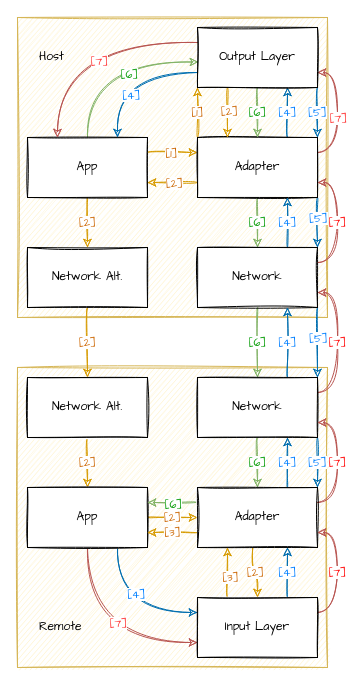
Above: protocol.drawio in loreanvictor/observables-over-boundary (draw.io), before the change. Source tidied: cells renumbered, new cells numbered last; positions are measured from the earlier drawing's top-left corner, leaving out a move shared by most shapes. Both pictures are drawn from the tidied source at 100%, with x=0, y=0 at pixel (17, 17).
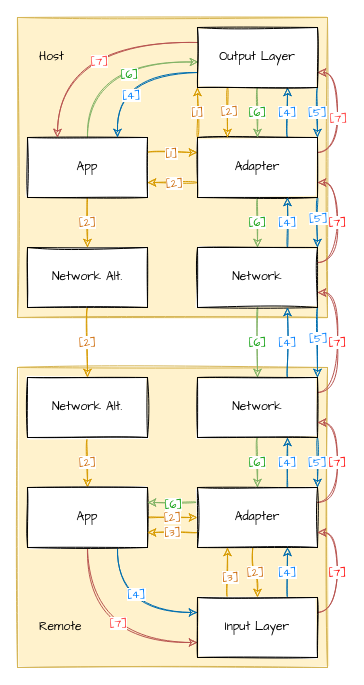
Above is the later version.

The change refers to these unchanged cells:
```xml
<mxCell id="18" style="edgeStyle=orthogonalEdgeStyle;jettySize=auto;html=1;exitX=1;exitY=0.25;exitDx=0;exitDy=0;entryX=1;entryY=0.75;entryDx=0;entryDy=0;curved=1;sketch=1;fontFamily=Comic Sans MS;fillColor=#f8cecc;strokeColor=#b85450;fontColor=#FF0000;" parent="1" edge="1" source="20" target="29">
  <mxGeometry relative="1" as="geometry" />
</mxCell>
```

Diff of the diagram source:
```diff
@@
-    <mxCell id="2" style="whiteSpace=wrap;html=1;sketch=1;fillColor=#fff2cc;strokeColor=#d6b656;fontFamily=Comic Sans MS;" parent="1" vertex="1">
+    <mxCell id="2" style="whiteSpace=wrap;html=1;sketch=1;fillColor=#fff2cc;strokeColor=#d6b656;fontFamily=Comic Sans MS;fillStyle=solid;" parent="1" vertex="1">
       <mxGeometry y="350" width="310" height="300" as="geometry" />
     </mxCell>
-    <mxCell id="3" style="whiteSpace=wrap;html=1;sketch=1;fillColor=#fff2cc;strokeColor=#d6b656;fontFamily=Comic Sans MS;" parent="1" vertex="1">
+    <mxCell id="3" style="whiteSpace=wrap;html=1;sketch=1;fillColor=#fff2cc;strokeColor=#d6b656;fontFamily=Comic Sans MS;fillStyle=solid;" parent="1" vertex="1">
       <mxGeometry width="310" height="300" as="geometry" />
     </mxCell>
@@
-    <mxCell id="19" value="[7]" style="edgeLabel;html=1;align=center;verticalAlign=middle;sketch=1;fontFamily=Comic Sans MS;fontColor=#FF3333;" parent="18" vertex="1">
+    <mxCell id="19" value="[7]" style="edgeLabel;html=1;align=center;verticalAlign=middle;sketch=1;fontFamily=Comic Sans MS;fontColor=#FF3333;labelBackgroundColor=#ffffff;" parent="18" vertex="1">
       <mxGeometry x="-0.09" relative="1" as="geometry" />
     </mxCell>
```
